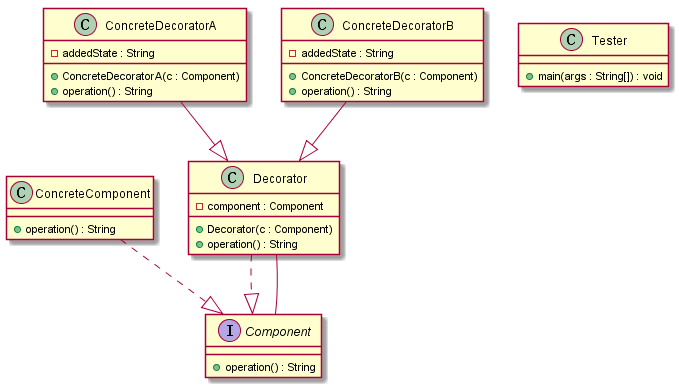
Before: test.png, a diagram exported from PlantUML (SamJaylnn/UML-Parser).
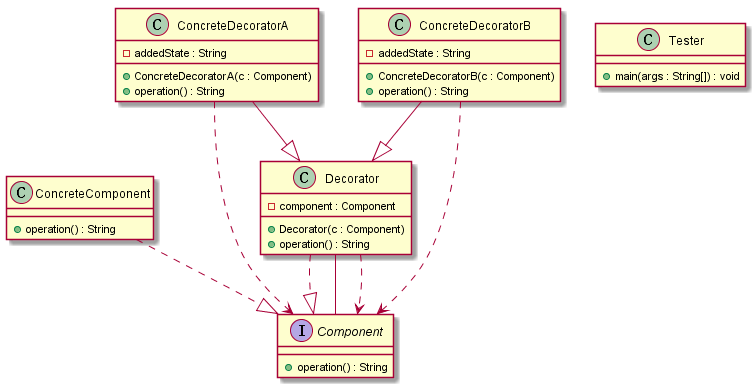
The same file after the commit.

Change to the diagram source:
```diff
@@ -21,6 +21,9 @@
 ConcreteDecoratorA --|> Decorator
 ConcreteDecoratorB --|> Decorator
 Decorator ..|> Component
+ConcreteDecoratorA ..> Component
+ConcreteDecoratorB ..> Component
 Decorator -- Component
+Decorator ..> Component
 
 @enduml
```
